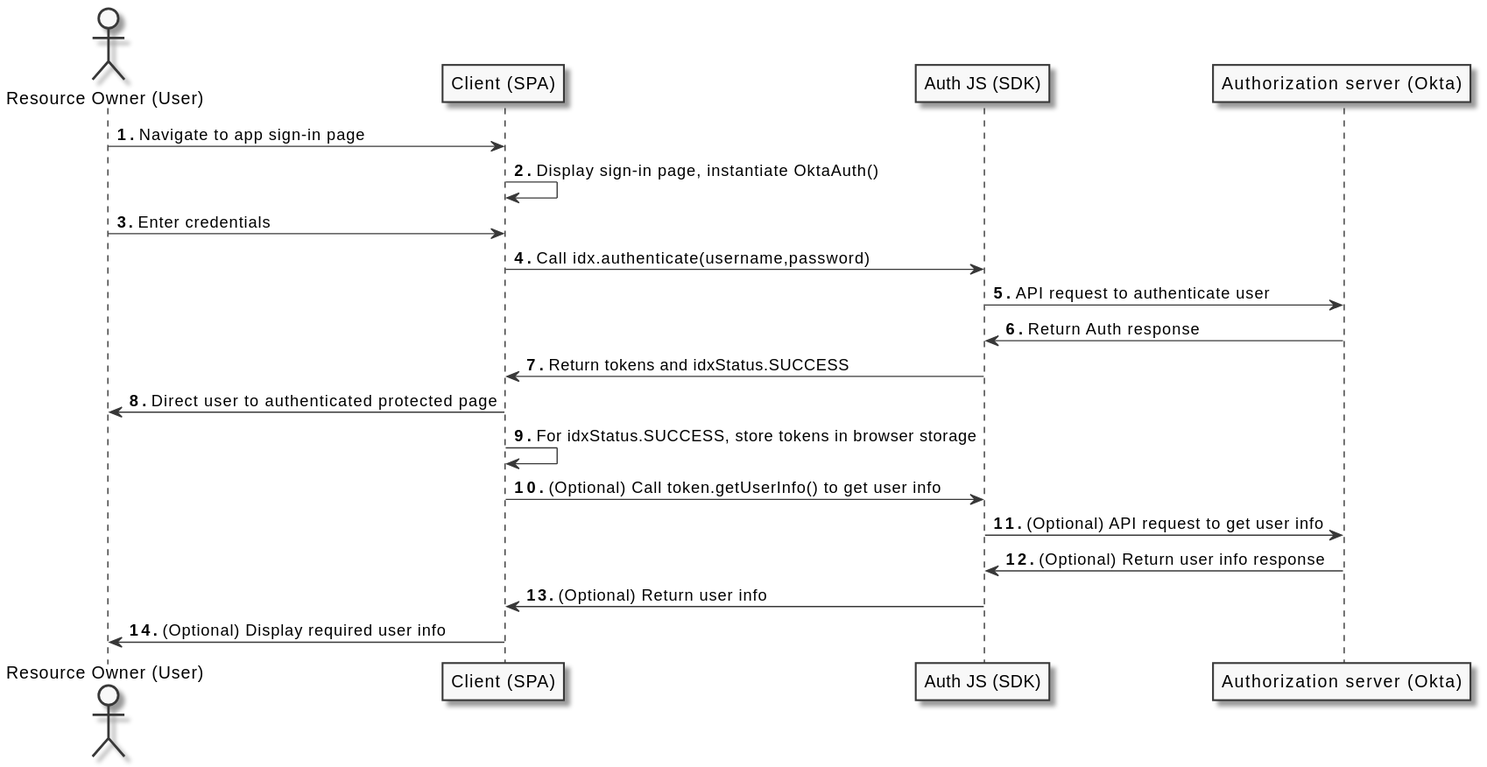
The PlantUML diagram packages/@okta/vuepress-site/.vuepress/public/img/oie-embedded-sdk/password-only-spa-authjs-flow.svg in okta/okta-developer-docs, before a commit. Its diagram source:
```plantuml
@startuml
skinparam monochrome true
actor "Resource Owner (User)" as user
participant "Client (SPA)" as client
participant "Auth JS (SDK)" as sdk
participant "Authorization server (Okta)" as okta

autonumber "<b>#."
user -> client: Navigate to app sign-in page
client -> client: Display sign-in page, instantiate OktaAuth()
user -> client: Enter credentials
client -> sdk: Call idx.authenticate(username,password)
sdk -> okta: API request to authenticate user
okta -> sdk: Return Auth response
sdk -> client: Return tokens and idxStatus.SUCCESS
client -> user: Direct user to authenticated protected page
client -> client: For idxStatus.SUCCESS, store tokens in browser storage
client -> sdk: (Optional) Call token.getUserInfo() to get user info
sdk -> okta: (Optional) API request to get user info
okta -> sdk: (Optional) Return user info response
sdk -> client: (Optional) Return user info
client -> user:  (Optional) Display required user info
@enduml
```
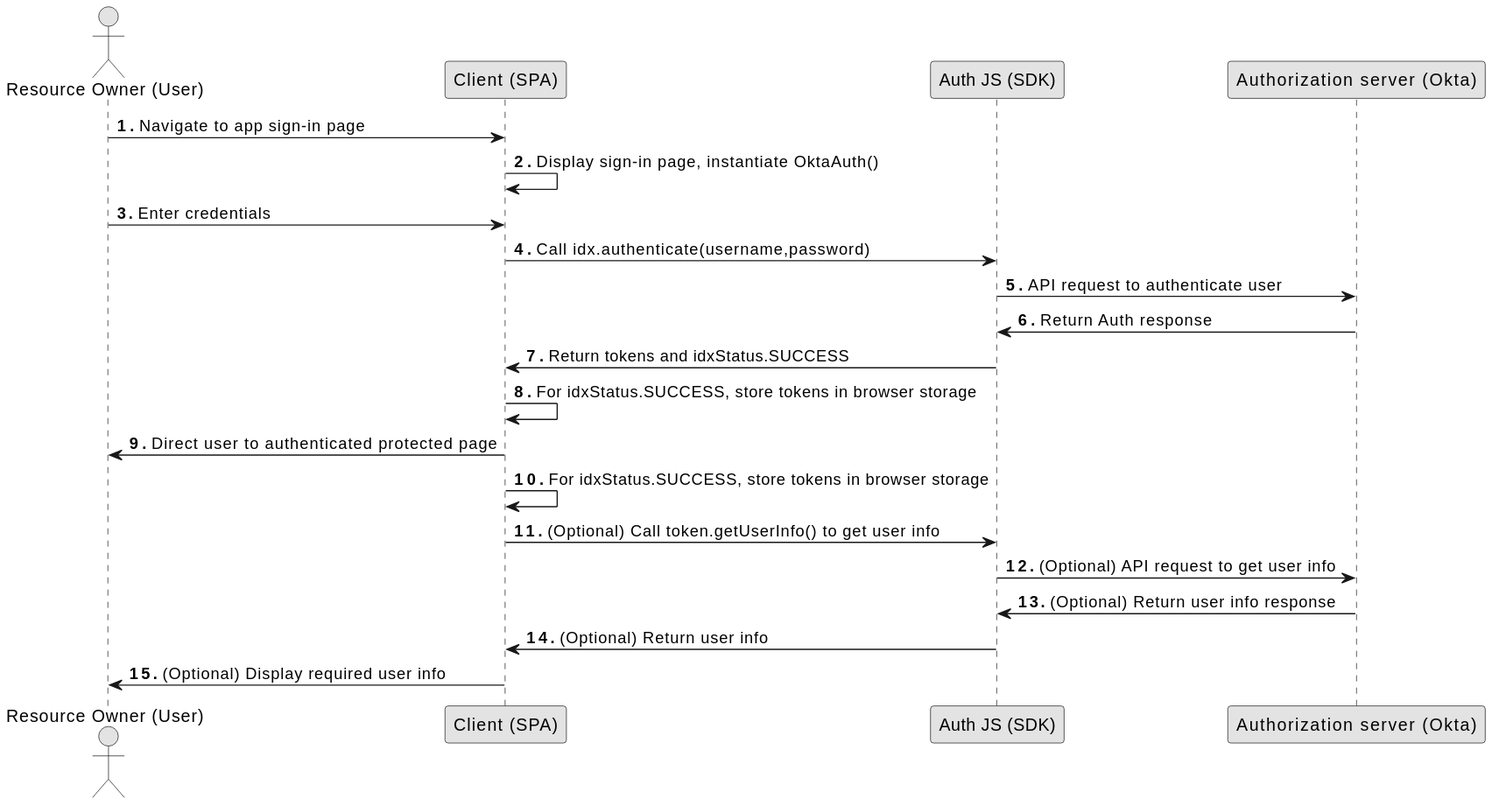
Above is the later version.

Commit message:
update code to remove LoginCallback, add Next steps section with links, reorganize basic sign-in flow section

Change to the diagram source:
```diff
@@ -13,6 +13,7 @@
 sdk -> okta: API request to authenticate user
 okta -> sdk: Return Auth response
 sdk -> client: Return tokens and idxStatus.SUCCESS
+client -> client: For idxStatus.SUCCESS, store tokens in browser storage
 client -> user: Direct user to authenticated protected page
 client -> client: For idxStatus.SUCCESS, store tokens in browser storage
 client -> sdk: (Optional) Call token.getUserInfo() to get user info
```
